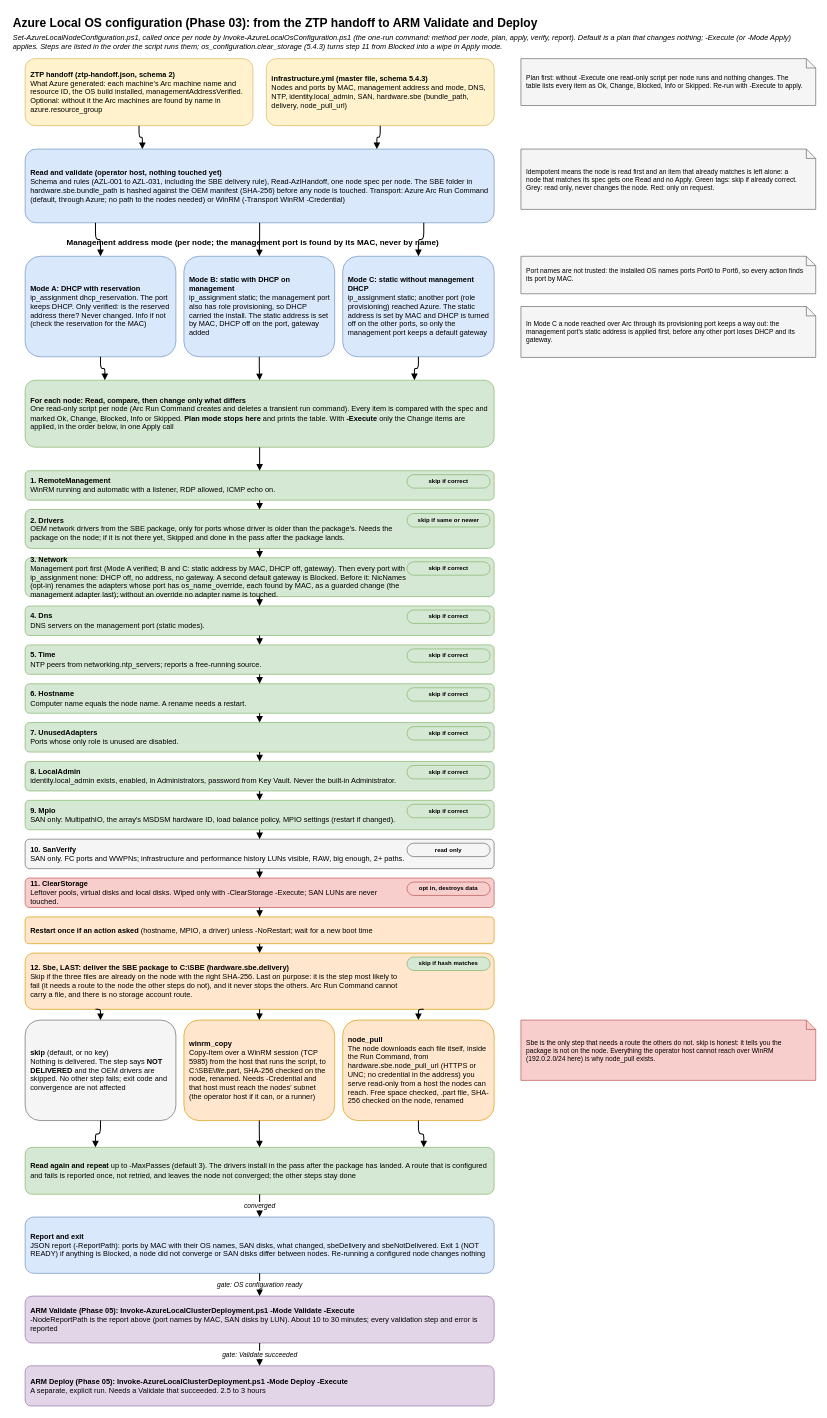
Before: docs/diagrams/os-configuration-flow.drawio in AzureLocal/azurelocal-toolkit, a draw.io diagram. Source tidied: cells renumbered, new cells numbered last; positions are measured from the earlier drawing's top-left corner, leaving out a move shared by most shapes. Both pictures are drawn from the tidied source at 67%, with x=0, y=0 at pixel (11, 11).
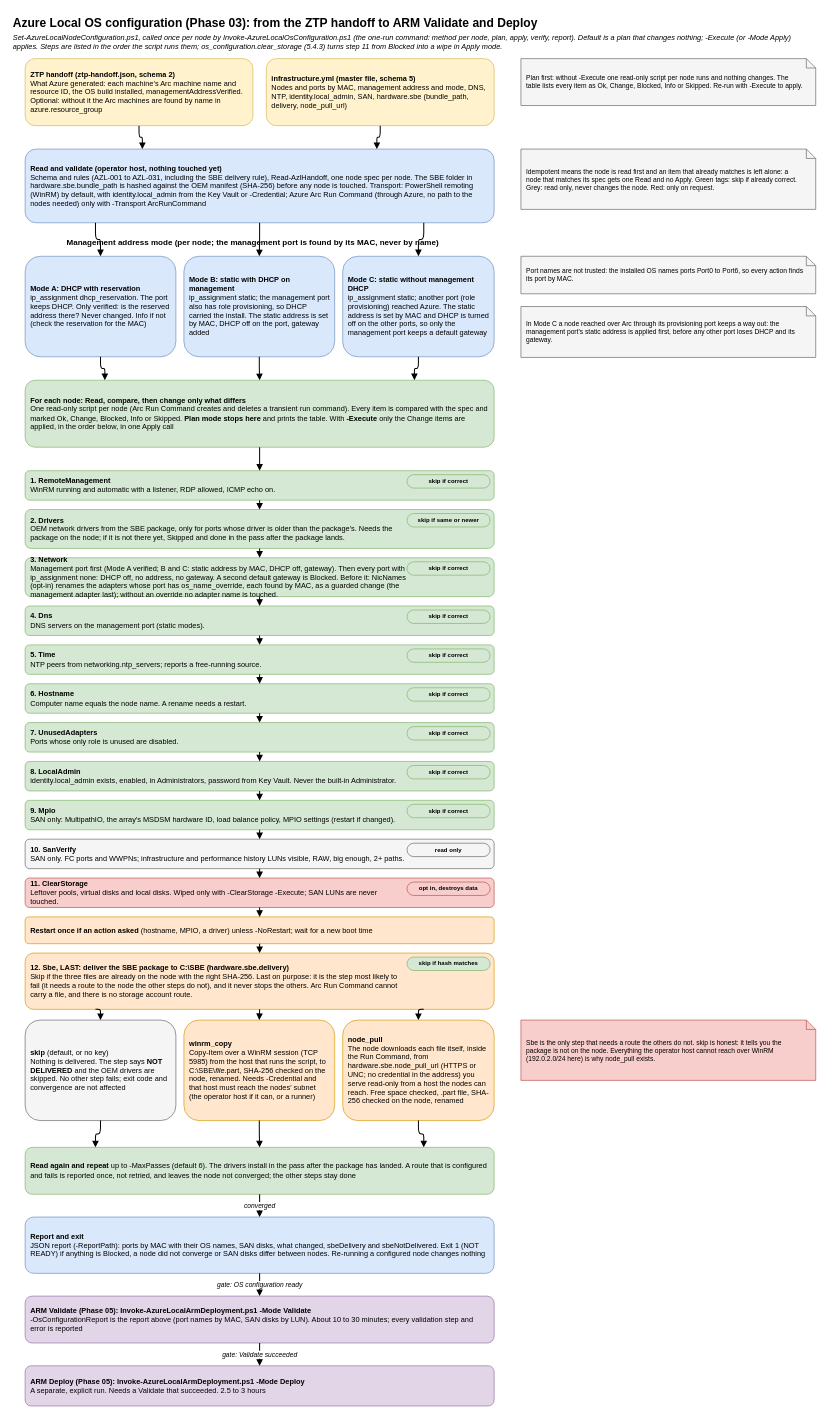
Above is the later version.

Commit message (it also covers changes not shown here):
docs(deploy): Phase 05 docs and the OS configuration diagram name Invoke-AzureLocalArmDeployment.ps1 AB#0

Change to the diagram source:
```diff
@@
-    <mxCell id="5" value="&lt;b&gt;infrastructure.yml (master file, schema 5.4.3)&lt;/b&gt;&lt;br&gt;Nodes and ports by MAC, management address and mode, DNS, NTP, identity.local_admin, SAN, hardware.sbe (bundle_path, delivery, node_pull_url)" style="rounded=1;whiteSpace=wrap;html=1;fillColor=#fff2cc;strokeColor=#d6b656;fontSize=11;align=left;spacingLeft=6;spacingRight=6;" parent="1" vertex="1">
+    <mxCell id="5" value="&lt;b&gt;infrastructure.yml (master file, schema 5)&lt;/b&gt;&lt;br&gt;Nodes and ports by MAC, management address and mode, DNS, NTP, identity.local_admin, SAN, hardware.sbe (bundle_path, delivery, node_pull_url)" style="rounded=1;whiteSpace=wrap;html=1;fillColor=#fff2cc;strokeColor=#d6b656;fontSize=11;align=left;spacingLeft=6;spacingRight=6;" parent="1" vertex="1">
       <mxGeometry x="380" y="70" width="340" height="100" as="geometry" />
     </mxCell>
-    <mxCell id="6" value="&lt;b&gt;Read and validate (operator host, nothing touched yet)&lt;/b&gt;&lt;br&gt;Schema and rules (AZL-001 to AZL-031, including the SBE delivery rule), Read-AzlHandoff, one node spec per node. The SBE folder in hardware.sbe.bundle_path is hashed against the OEM manifest (SHA-256) before any node is touched. Transport: Azure Arc Run Command (default, through Azure; no path to the nodes needed) or WinRM (-Transport WinRM -Credential)" style="rounded=1;whiteSpace=wrap;html=1;fillColor=#dae8fc;strokeColor=#6c8ebf;fontSize=11;align=left;spacingLeft=6;spacingRight=6;" parent="1" vertex="1">
+    <mxCell id="6" value="&lt;b&gt;Read and validate (operator host, nothing touched yet)&lt;/b&gt;&lt;br&gt;Schema and rules (AZL-001 to AZL-031, including the SBE delivery rule), Read-AzlHandoff, one node spec per node. The SBE folder in hardware.sbe.bundle_path is hashed against the OEM manifest (SHA-256) before any node is touched. Transport: PowerShell remoting (WinRM) by default, with identity.local_admin from the Key Vault or -Credential; Azure Arc Run Command (through Azure, no path to the nodes needed) only with -Transport ArcRunCommand" style="rounded=1;whiteSpace=wrap;html=1;fillColor=#dae8fc;strokeColor=#6c8ebf;fontSize=11;align=left;spacingLeft=6;spacingRight=6;" parent="1" vertex="1">
       <mxGeometry x="20" y="205" width="700" height="110" as="geometry" />
     </mxCell>
@@
-    <mxCell id="64" value="&lt;b&gt;Read again and repeat&lt;/b&gt; up to -MaxPasses (default 3). The drivers install in the pass after the package has landed. A route that is configured and fails is reported once, not retried, and leaves the node not converged; the other steps stay done" style="rounded=1;whiteSpace=wrap;html=1;fillColor=#d5e8d4;strokeColor=#82b366;fontSize=11;align=left;spacingLeft=6;spacingRight=6;" parent="1" vertex="1">
+    <mxCell id="64" value="&lt;b&gt;Read again and repeat&lt;/b&gt; up to -MaxPasses (default 6). The drivers install in the pass after the package has landed. A route that is configured and fails is reported once, not retried, and leaves the node not converged; the other steps stay done" style="rounded=1;whiteSpace=wrap;html=1;fillColor=#d5e8d4;strokeColor=#82b366;fontSize=11;align=left;spacingLeft=6;spacingRight=6;" parent="1" vertex="1">
       <mxGeometry x="20" y="1695" width="700" height="70" as="geometry" />
     </mxCell>
@@
-    <mxCell id="70" value="&lt;b&gt;ARM Validate (Phase 05): Invoke-AzureLocalClusterDeployment.ps1 -Mode Validate -Execute&lt;/b&gt;&lt;br&gt;-NodeReportPath is the report above (port names by MAC, SAN disks by LUN). About 10 to 30 minutes; every validation step and error is reported" style="rounded=1;whiteSpace=wrap;html=1;fillColor=#e1d5e7;strokeColor=#9673a6;fontSize=11;align=left;spacingLeft=6;spacingRight=6;" parent="1" vertex="1">
+    <mxCell id="70" value="&lt;b&gt;ARM Validate (Phase 05): Invoke-AzureLocalArmDeployment.ps1 -Mode Validate&lt;/b&gt;&lt;br&gt;-OsConfigurationReport is the report above (port names by MAC, SAN disks by LUN). About 10 to 30 minutes; every validation step and error is reported" style="rounded=1;whiteSpace=wrap;html=1;fillColor=#e1d5e7;strokeColor=#9673a6;fontSize=11;align=left;spacingLeft=6;spacingRight=6;" parent="1" vertex="1">
       <mxGeometry x="20" y="1917" width="700" height="70" as="geometry" />
     </mxCell>
@@
-    <mxCell id="72" value="&lt;b&gt;ARM Deploy (Phase 05): Invoke-AzureLocalClusterDeployment.ps1 -Mode Deploy -Execute&lt;/b&gt;&lt;br&gt;A separate, explicit run. Needs a Validate that succeeded. 2.5 to 3 hours" style="rounded=1;whiteSpace=wrap;html=1;fillColor=#e1d5e7;strokeColor=#9673a6;fontSize=11;align=left;spacingLeft=6;spacingRight=6;" parent="1" vertex="1">
+    <mxCell id="72" value="&lt;b&gt;ARM Deploy (Phase 05): Invoke-AzureLocalArmDeployment.ps1 -Mode Deploy&lt;/b&gt;&lt;br&gt;A separate, explicit run. Needs a Validate that succeeded. 2.5 to 3 hours" style="rounded=1;whiteSpace=wrap;html=1;fillColor=#e1d5e7;strokeColor=#9673a6;fontSize=11;align=left;spacingLeft=6;spacingRight=6;" parent="1" vertex="1">
       <mxGeometry x="20" y="2021" width="700" height="60" as="geometry" />
     </mxCell>
```
